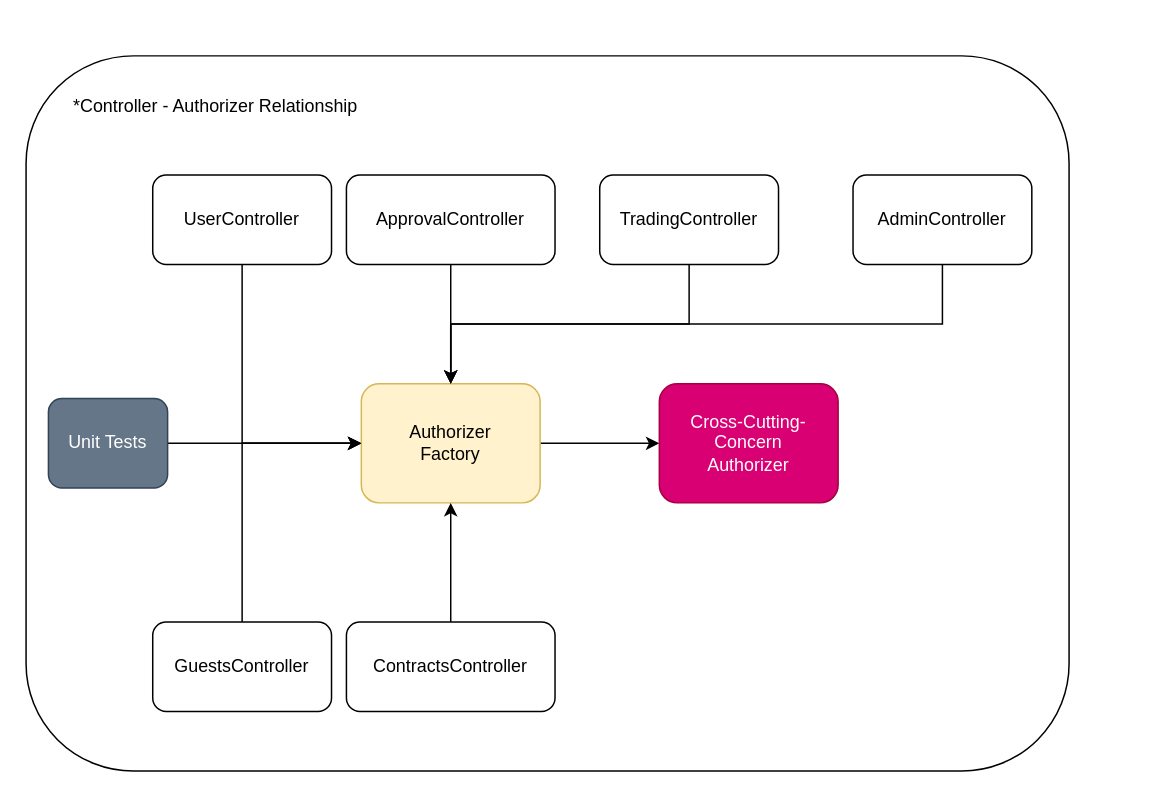
Above: page "factory" (3 of 3) of images/design-patterns-dependecy-injection-python/dependecy-injection-python.drawio in GabrielSlima/blog (draw.io), before the change. Source tidied: cells renumbered, new cells numbered last; positions are measured from the earlier drawing's top-left corner, leaving out a move shared by most shapes. Both pictures are drawn from the tidied source at 149%, with x=0, y=0 at pixel (25, 55).
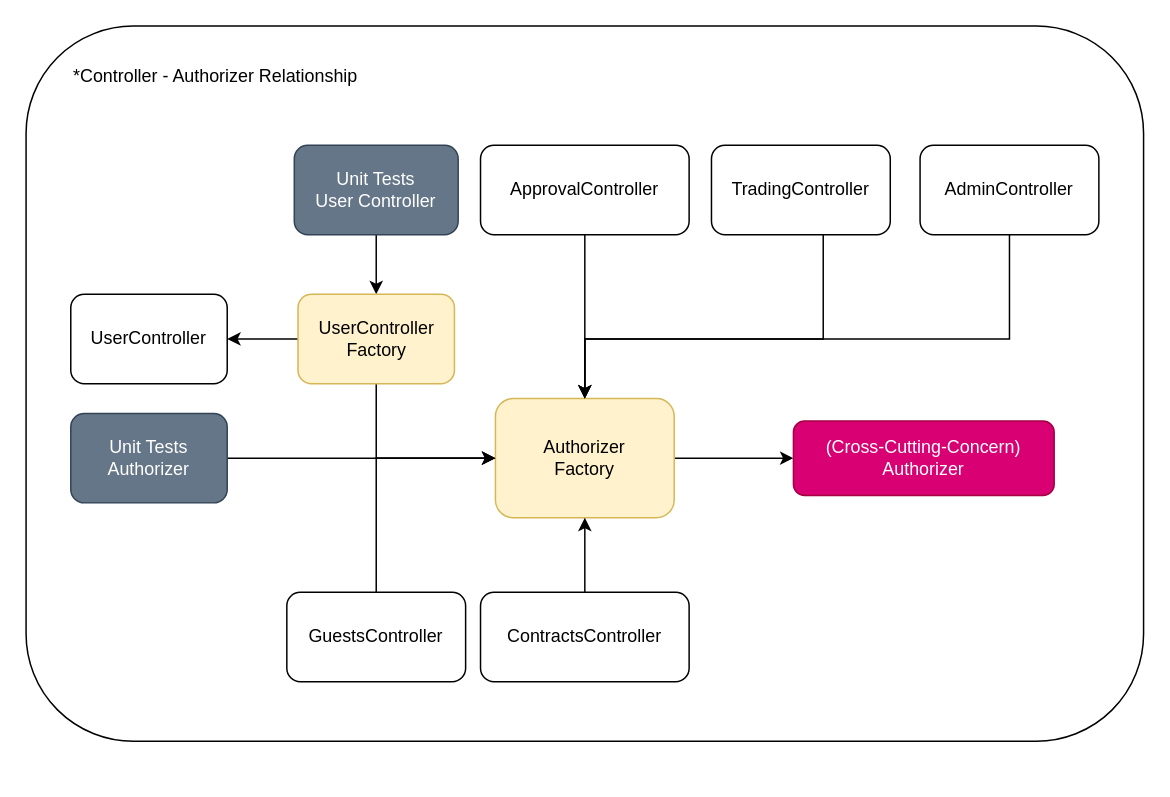
Above is the later version.

Commit message (it also covers changes not shown here):
Add factory usage example

The edit, as a diff of the source:
```diff
@@
     <mxCell id="2" value="&lt;div&gt;*Controller - Authorizer Relationship&lt;/div&gt;" style="rounded=1;whiteSpace=wrap;html=1;fillColor=none;align=left;verticalAlign=top;spacingLeft=30;spacingTop=20;" parent="1" vertex="1">
-      <mxGeometry width="700" height="480" as="geometry" />
+      <mxGeometry y="-20" width="750" height="480" as="geometry" />
     </mxCell>
-    <mxCell id="3" style="edgeStyle=orthogonalEdgeStyle;rounded=0;jettySize=auto;html=1;entryX=0;entryY=0.5;entryDx=0;entryDy=0;" parent="1" edge="1" source="4" target="6">
-      <mxGeometry relative="1" as="geometry">
-        <Array as="points">
-          <mxPoint x="145" y="260" />
-        </Array>
-      </mxGeometry>
-    </mxCell>
     <mxCell id="4" value="UserController" style="rounded=1;whiteSpace=wrap;html=1;" parent="1" vertex="1">
-      <mxGeometry x="85" y="80" width="120" height="60" as="geometry" />
+      <mxGeometry x="30" y="160" width="105" height="60" as="geometry" />
     </mxCell>
@@
     <mxCell id="6" value="&lt;div&gt;Authorizer&lt;/div&gt;&lt;div&gt;Factory&lt;br&gt;&lt;/div&gt;" style="rounded=1;whiteSpace=wrap;html=1;fillColor=#fff2cc;strokeColor=#d6b656;" parent="1" vertex="1">
-      <mxGeometry x="225" y="220" width="120" height="80" as="geometry" />
+      <mxGeometry x="315" y="230" width="120" height="80" as="geometry" />
     </mxCell>
     <mxCell id="7" style="edgeStyle=orthogonalEdgeStyle;rounded=0;jettySize=auto;html=1;" parent="1" edge="1" source="8" target="6">
       <mxGeometry relative="1" as="geometry">
         <Array as="points">
-          <mxPoint x="145" y="260" />
+          <mxPoint x="235" y="270" />
         </Array>
       </mxGeometry>
     </mxCell>
     <mxCell id="8" value="GuestsController" style="rounded=1;whiteSpace=wrap;html=1;" parent="1" vertex="1">
-      <mxGeometry x="85" y="380" width="120" height="60" as="geometry" />
+      <mxGeometry x="175" y="360" width="120" height="60" as="geometry" />
     </mxCell>
     <mxCell id="9" style="edgeStyle=orthogonalEdgeStyle;rounded=0;jettySize=auto;html=1;entryX=0.5;entryY=0;entryDx=0;entryDy=0;" parent="1" edge="1" source="10" target="6">
       <mxGeometry relative="1" as="geometry">
         <Array as="points">
-          <mxPoint x="615" y="180" />
-          <mxPoint x="285" y="180" />
+          <mxPoint x="660" y="190" />
+          <mxPoint x="375" y="190" />
         </Array>
       </mxGeometry>
     </mxCell>
     <mxCell id="10" value="AdminController" style="rounded=1;whiteSpace=wrap;html=1;" parent="1" vertex="1">
-      <mxGeometry x="555" y="80" width="120" height="60" as="geometry" />
+      <mxGeometry x="600" y="60" width="120" height="60" as="geometry" />
     </mxCell>
     <mxCell id="11" style="edgeStyle=orthogonalEdgeStyle;rounded=0;jettySize=auto;html=1;entryX=0.5;entryY=0;entryDx=0;entryDy=0;" parent="1" edge="1" source="12" target="6">
       <mxGeometry relative="1" as="geometry">
         <Array as="points">
-          <mxPoint x="445" y="180" />
-          <mxPoint x="285" y="180" />
+          <mxPoint x="535" y="190" />
+          <mxPoint x="375" y="190" />
         </Array>
       </mxGeometry>
     </mxCell>
     <mxCell id="12" value="TradingController" style="rounded=1;whiteSpace=wrap;html=1;" parent="1" vertex="1">
-      <mxGeometry x="385" y="80" width="120" height="60" as="geometry" />
+      <mxGeometry x="460" y="60" width="120" height="60" as="geometry" />
     </mxCell>
@@
     <mxCell id="14" value="ApprovalController" style="rounded=1;whiteSpace=wrap;html=1;" parent="1" vertex="1">
-      <mxGeometry x="215" y="80" width="140" height="60" as="geometry" />
+      <mxGeometry x="305" y="60" width="140" height="60" as="geometry" />
     </mxCell>
@@
     <mxCell id="16" value="ContractsController" style="rounded=1;whiteSpace=wrap;html=1;" parent="1" vertex="1">
-      <mxGeometry x="215" y="380" width="140" height="60" as="geometry" />
+      <mxGeometry x="305" y="360" width="140" height="60" as="geometry" />
     </mxCell>
-    <mxCell id="17" value="Cross-Cutting-Concern&lt;br&gt;Authorizer" style="rounded=1;whiteSpace=wrap;html=1;fillColor=#d80073;strokeColor=#A50040;fontColor=#ffffff;" parent="1" vertex="1">
-      <mxGeometry x="425" y="220" width="120" height="80" as="geometry" />
+    <mxCell id="17" value="(Cross-Cutting-Concern)&lt;br&gt;Authorizer" style="rounded=1;whiteSpace=wrap;html=1;fillColor=#d80073;strokeColor=#A50040;fontColor=#ffffff;" parent="1" vertex="1">
+      <mxGeometry x="515" y="245" width="175" height="50" as="geometry" />
     </mxCell>
@@
-    <mxCell id="19" value="Unit Tests" style="rounded=1;whiteSpace=wrap;html=1;fillColor=#647687;strokeColor=#314354;fontColor=#ffffff;" parent="1" vertex="1">
-      <mxGeometry x="15" y="230" width="80" height="60" as="geometry" />
+    <mxCell id="19" value="&lt;div&gt;Unit Tests&lt;/div&gt;&lt;div&gt;Authorizer&lt;br&gt;&lt;/div&gt;" style="rounded=1;whiteSpace=wrap;html=1;fillColor=#647687;strokeColor=#314354;fontColor=#ffffff;" parent="1" vertex="1">
+      <mxGeometry x="30" y="240" width="105" height="60" as="geometry" />
     </mxCell>
+    <mxCell id="20" style="edgeStyle=orthogonalEdgeStyle;rounded=0;jettySize=auto;html=1;" parent="1" edge="1" source="21" target="24">
+      <mxGeometry relative="1" as="geometry" />
+    </mxCell>
+    <mxCell id="21" value="&lt;div&gt;Unit Tests&lt;/div&gt;&lt;div&gt;User Controller&lt;br&gt;&lt;/div&gt;" style="rounded=1;whiteSpace=wrap;html=1;fillColor=#647687;strokeColor=#314354;fontColor=#ffffff;" parent="1" vertex="1">
+      <mxGeometry x="180" y="60" width="110" height="60" as="geometry" />
+    </mxCell>
+    <mxCell id="22" style="edgeStyle=orthogonalEdgeStyle;rounded=0;jettySize=auto;html=1;" parent="1" edge="1" source="24" target="4">
+      <mxGeometry relative="1" as="geometry" />
+    </mxCell>
+    <mxCell id="23" style="edgeStyle=orthogonalEdgeStyle;rounded=0;jettySize=auto;html=1;entryX=0;entryY=0.5;entryDx=0;entryDy=0;" parent="1" edge="1" source="24" target="6">
+      <mxGeometry relative="1" as="geometry">
+        <Array as="points">
+          <mxPoint x="235" y="270" />
+        </Array>
+      </mxGeometry>
+    </mxCell>
+    <mxCell id="24" value="UserController&lt;div&gt;Factory&lt;br&gt;&lt;/div&gt;" style="rounded=1;whiteSpace=wrap;html=1;fillColor=#fff2cc;strokeColor=#d6b656;" parent="1" vertex="1">
+      <mxGeometry x="182.5" y="160" width="105" height="60" as="geometry" />
+    </mxCell>
```
